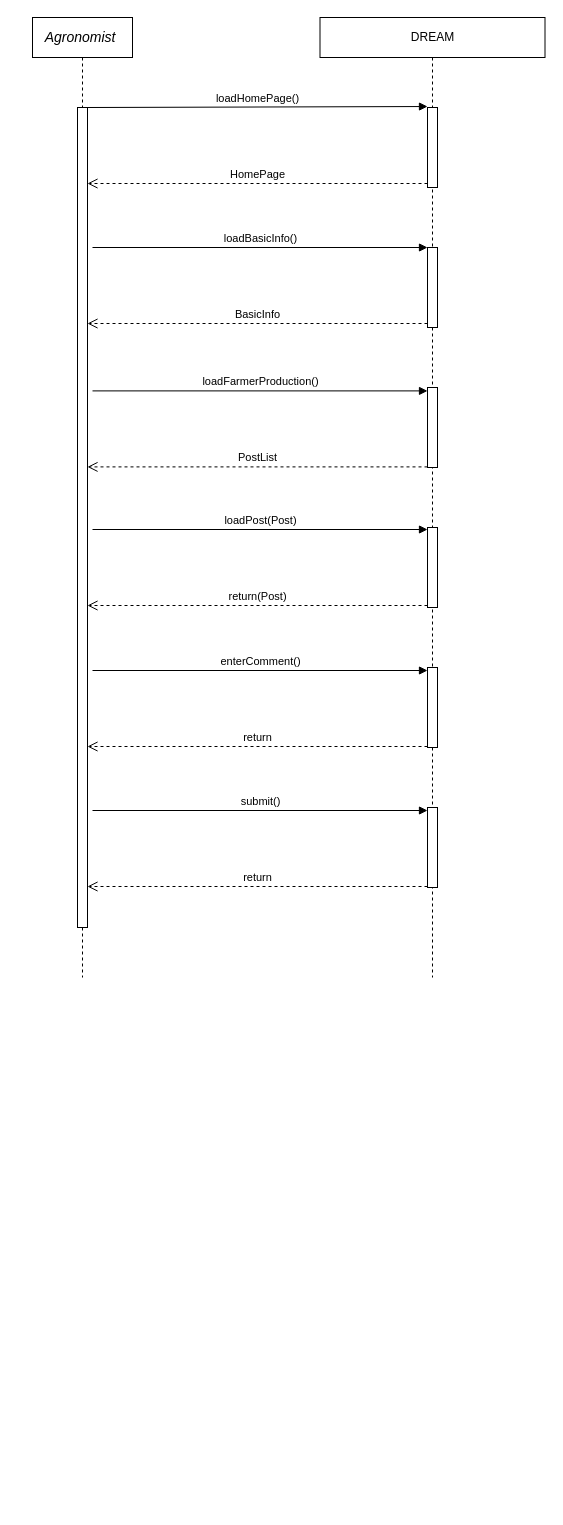
The draw.io diagram page "Agronomist-DailyPlan" (12 of 12) of RASD/diagrams/Sequence Diagram.drawio in ictar/DREAM-SE2-Project-2022, before the edit. Source tidied: cells renumbered, new cells numbered last; positions are measured from the earlier drawing's top-left corner, leaving out a move shared by most shapes. Both pictures are drawn from the tidied source at 100%, with x=0, y=0 at pixel (32, 17).
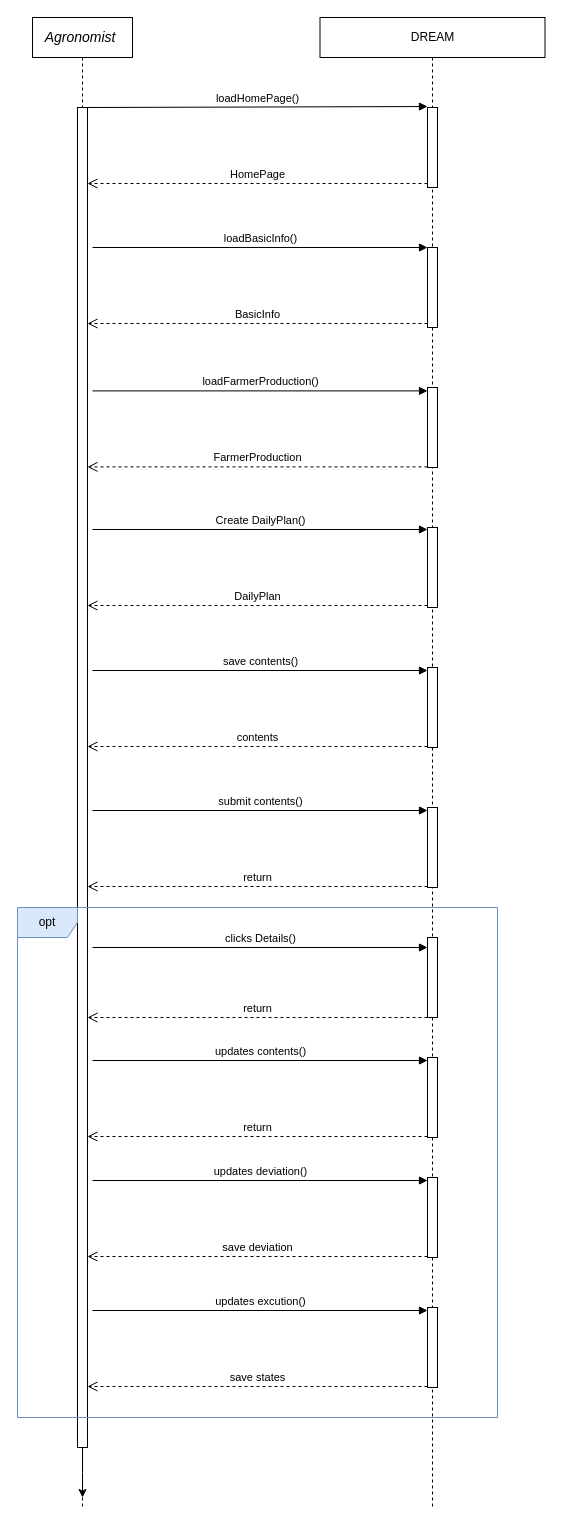
The same page after the edit.

What changed in the source:
```diff
@@
     <mxCell id="2" value="&lt;span lang=&quot;EN-US&quot; class=&quot;TextRun SCXW80379551 BCX0&quot; style=&quot;animation: 0s ease 0s 1 normal none running none ; appearance: none ; backface-visibility: visible ; background: none 0% 0% / auto repeat scroll padding-box border-box rgba(0 , 0 , 0 , 0) ; border-color: rgb(0 , 0 , 0) ; border-collapse: separate ; border-width: 0px ; border-style: none ; border-spacing: 0px ; border-radius: 0px ; box-shadow: none ; box-sizing: content-box ; caption-side: top ; clear: none ; clip: auto ; content: normal ; cursor: text ; direction: ltr ; display: inline ; empty-cells: show ; float: none ; font-family: &amp;#34;wordvisi_msfontservice&amp;#34; , , , sans-serif ; font-size: 14px ; font-style: italic ; height: auto ; line-height: 16.1875px ; list-style: outside none disc ; margin: 0px ; max-height: none ; max-width: none ; min-height: 0px ; min-width: 0px ; opacity: 1 ; outline: rgb(0 , 0 , 0) none 0px ; overflow: visible ; overflow-wrap: break-word ; padding: 0px ; perspective: none ; perspective-origin: 0px 0px ; position: static ; resize: none ; speak: normal ; table-layout: auto ; text-overflow: clip ; text-shadow: none ; transform: none ; transform-origin: 0px 0px ; transform-style: flat ; transition: all 0s ease 0s ; unicode-bidi: normal ; vertical-align: baseline ; visibility: visible ; width: auto ; word-break: normal ; z-index: auto ; zoom: 1&quot;&gt;&lt;span class=&quot;NormalTextRun SCXW80379551 BCX0&quot;&gt;Agronomist&amp;nbsp;&lt;/span&gt;&lt;/span&gt;" style="shape=umlLifeline;perimeter=lifelinePerimeter;whiteSpace=wrap;html=1;" parent="1" vertex="1">
-      <mxGeometry width="100" height="960" as="geometry" />
+      <mxGeometry width="100" height="1490" as="geometry" />
     </mxCell>
     <mxCell id="3" value="DREAM" style="shape=umlLifeline;perimeter=lifelinePerimeter;whiteSpace=wrap;html=1;" parent="1" vertex="1">
-      <mxGeometry x="287.5" width="225" height="960" as="geometry" />
+      <mxGeometry x="287.5" width="225" height="1490" as="geometry" />
     </mxCell>
@@
-    <mxCell id="9" value="PostList" style="html=1;verticalAlign=bottom;endArrow=open;dashed=1;endSize=8;exitX=0;exitY=0.95;rounded=0;" parent="1" edge="1">
+    <mxCell id="9" value="FarmerProduction" style="html=1;verticalAlign=bottom;endArrow=open;dashed=1;endSize=8;exitX=0;exitY=0.95;rounded=0;" parent="1" edge="1">
       <mxGeometry relative="1" as="geometry">
         <mxPoint x="395" y="449.4" as="sourcePoint" />
         <mxPoint x="55" y="449.4" as="targetPoint" />
       </mxGeometry>
     </mxCell>
@@
-    <mxCell id="11" value="return(Post)" style="html=1;verticalAlign=bottom;endArrow=open;dashed=1;endSize=8;exitX=0;exitY=0.95;rounded=0;" parent="1" edge="1">
+    <mxCell id="11" value="DailyPlan" style="html=1;verticalAlign=bottom;endArrow=open;dashed=1;endSize=8;exitX=0;exitY=0.95;rounded=0;" parent="1" edge="1">
       <mxGeometry relative="1" as="geometry">
         <mxPoint x="395" y="588" as="sourcePoint" />
         <mxPoint x="55" y="588" as="targetPoint" />
       </mxGeometry>
     </mxCell>
-    <mxCell id="12" value="loadPost(Post)" style="html=1;verticalAlign=bottom;endArrow=block;entryX=0;entryY=0;rounded=0;" parent="1" edge="1">
+    <mxCell id="12" value="Create DailyPlan()" style="html=1;verticalAlign=bottom;endArrow=block;entryX=0;entryY=0;rounded=0;" parent="1" edge="1">
       <mxGeometry relative="1" as="geometry">
         <mxPoint x="60" y="512" as="sourcePoint" />
         <mxPoint x="395" y="512" as="targetPoint" />
       </mxGeometry>
     </mxCell>
-    <mxCell id="13" value="return" style="html=1;verticalAlign=bottom;endArrow=open;dashed=1;endSize=8;exitX=0;exitY=0.95;rounded=0;" parent="1" edge="1">
+    <mxCell id="13" value="contents" style="html=1;verticalAlign=bottom;endArrow=open;dashed=1;endSize=8;exitX=0;exitY=0.95;rounded=0;" parent="1" edge="1">
       <mxGeometry relative="1" as="geometry">
         <mxPoint x="395" y="729" as="sourcePoint" />
         <mxPoint x="55" y="729" as="targetPoint" />
       </mxGeometry>
     </mxCell>
-    <mxCell id="14" value="enterComment()" style="html=1;verticalAlign=bottom;endArrow=block;entryX=0;entryY=0;rounded=0;" parent="1" edge="1">
+    <mxCell id="14" value="save contents()" style="html=1;verticalAlign=bottom;endArrow=block;entryX=0;entryY=0;rounded=0;" parent="1" edge="1">
       <mxGeometry relative="1" as="geometry">
         <mxPoint x="60" y="653" as="sourcePoint" />
         <mxPoint x="395" y="653" as="targetPoint" />
       </mxGeometry>
     </mxCell>
@@
-    <mxCell id="16" value="submit()" style="html=1;verticalAlign=bottom;endArrow=block;entryX=0;entryY=0;rounded=0;" parent="1" edge="1">
+    <mxCell id="16" value="submit contents()" style="html=1;verticalAlign=bottom;endArrow=block;entryX=0;entryY=0;rounded=0;" parent="1" edge="1">
       <mxGeometry relative="1" as="geometry">
         <mxPoint x="60" y="793" as="sourcePoint" />
         <mxPoint x="395" y="793" as="targetPoint" />
       </mxGeometry>
     </mxCell>
@@
+    <mxCell id="23" style="edgeStyle=orthogonalEdgeStyle;rounded=0;jettySize=auto;html=1;" parent="1" edge="1" source="22">
+      <mxGeometry relative="1" as="geometry">
+        <mxPoint x="50" y="1480" as="targetPoint" />
+      </mxGeometry>
+    </mxCell>
     <mxCell id="22" style="html=1;points=[];perimeter=orthogonalPerimeter;" parent="1" vertex="1">
-      <mxGeometry x="45" y="90" width="10" height="820" as="geometry" />
+      <mxGeometry x="45" y="90" width="10" height="1340" as="geometry" />
     </mxCell>
+    <mxCell id="24" style="html=1;perimeter=orthogonalPerimeter;" parent="1" vertex="1">
+      <mxGeometry x="395" y="920" width="10" height="80" as="geometry" />
+    </mxCell>
+    <mxCell id="25" value="clicks Details()" style="html=1;verticalAlign=bottom;endArrow=block;entryX=0;entryY=0;rounded=0;" parent="1" edge="1">
+      <mxGeometry relative="1" as="geometry">
+        <mxPoint x="60" y="930" as="sourcePoint" />
+        <mxPoint x="395" y="930" as="targetPoint" />
+      </mxGeometry>
+    </mxCell>
+    <mxCell id="26" value="return" style="html=1;verticalAlign=bottom;endArrow=open;dashed=1;endSize=8;exitX=0;exitY=0.95;rounded=0;" parent="1" edge="1">
+      <mxGeometry relative="1" as="geometry">
+        <mxPoint x="395" y="1000" as="sourcePoint" />
+        <mxPoint x="55" y="1000" as="targetPoint" />
+      </mxGeometry>
+    </mxCell>
+    <mxCell id="27" value="return" style="html=1;verticalAlign=bottom;endArrow=open;dashed=1;endSize=8;exitX=0;exitY=0.95;rounded=0;" parent="1" edge="1">
+      <mxGeometry relative="1" as="geometry">
+        <mxPoint x="395" y="1119" as="sourcePoint" />
+        <mxPoint x="55" y="1119" as="targetPoint" />
+      </mxGeometry>
+    </mxCell>
+    <mxCell id="28" value="updates contents()" style="html=1;verticalAlign=bottom;endArrow=block;entryX=0;entryY=0;rounded=0;" parent="1" edge="1">
+      <mxGeometry relative="1" as="geometry">
+        <mxPoint x="60" y="1043" as="sourcePoint" />
+        <mxPoint x="395" y="1043" as="targetPoint" />
+      </mxGeometry>
+    </mxCell>
+    <mxCell id="29" style="html=1;perimeter=orthogonalPerimeter;" parent="1" vertex="1">
+      <mxGeometry x="395" y="1040" width="10" height="80" as="geometry" />
+    </mxCell>
+    <mxCell id="30" value="save deviation" style="html=1;verticalAlign=bottom;endArrow=open;dashed=1;endSize=8;exitX=0;exitY=0.95;rounded=0;" parent="1" edge="1">
+      <mxGeometry relative="1" as="geometry">
+        <mxPoint x="395" y="1239" as="sourcePoint" />
+        <mxPoint x="55" y="1239" as="targetPoint" />
+      </mxGeometry>
+    </mxCell>
+    <mxCell id="31" value="updates deviation()" style="html=1;verticalAlign=bottom;endArrow=block;entryX=0;entryY=0;rounded=0;" parent="1" edge="1">
+      <mxGeometry relative="1" as="geometry">
+        <mxPoint x="60" y="1163" as="sourcePoint" />
+        <mxPoint x="395" y="1163" as="targetPoint" />
+      </mxGeometry>
+    </mxCell>
+    <mxCell id="32" style="html=1;perimeter=orthogonalPerimeter;" parent="1" vertex="1">
+      <mxGeometry x="395" y="1160" width="10" height="80" as="geometry" />
+    </mxCell>
+    <mxCell id="33" value="save states" style="html=1;verticalAlign=bottom;endArrow=open;dashed=1;endSize=8;exitX=0;exitY=0.95;rounded=0;" parent="1" edge="1">
+      <mxGeometry relative="1" as="geometry">
+        <mxPoint x="395" y="1369" as="sourcePoint" />
+        <mxPoint x="55" y="1369" as="targetPoint" />
+      </mxGeometry>
+    </mxCell>
+    <mxCell id="34" value="updates excution()" style="html=1;verticalAlign=bottom;endArrow=block;entryX=0;entryY=0;rounded=0;" parent="1" edge="1">
+      <mxGeometry relative="1" as="geometry">
+        <mxPoint x="60" y="1293" as="sourcePoint" />
+        <mxPoint x="395" y="1293" as="targetPoint" />
+      </mxGeometry>
+    </mxCell>
+    <mxCell id="35" style="html=1;perimeter=orthogonalPerimeter;" parent="1" vertex="1">
+      <mxGeometry x="395" y="1290" width="10" height="80" as="geometry" />
+    </mxCell>
+    <mxCell id="36" value="opt" style="shape=umlFrame;whiteSpace=wrap;html=1;fillColor=#dae8fc;strokeColor=#6c8ebf;" parent="1" vertex="1">
+      <mxGeometry x="-15" y="890" width="480" height="510" as="geometry" />
+    </mxCell>
```
